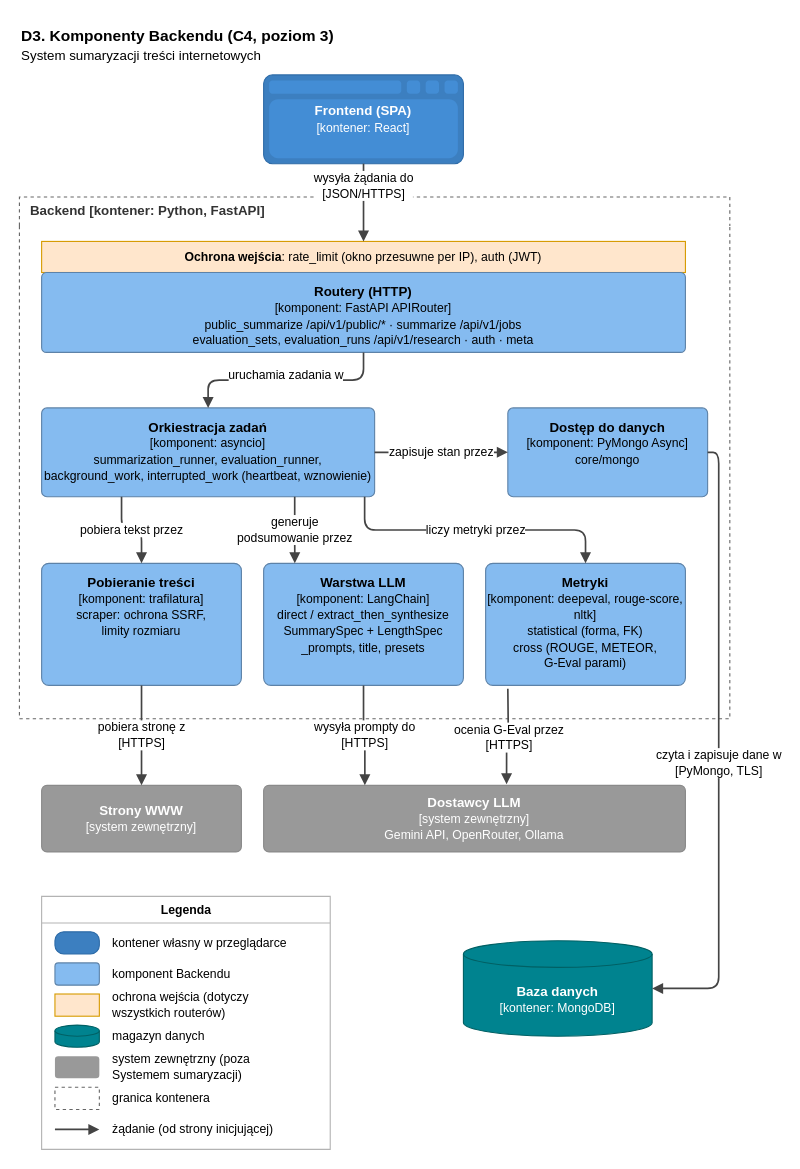
This is docs/diagrams/d3-komponenty.drawio from pkonkol/inzynierka-llm-summarizer, a draw.io file, before an edit. Source tidied: cells renumbered, new cells numbered last; positions are measured from the earlier drawing's top-left corner, leaving out a move shared by most shapes. Both pictures are drawn from the tidied source at 111%, with x=0, y=0 at pixel (19, 19).
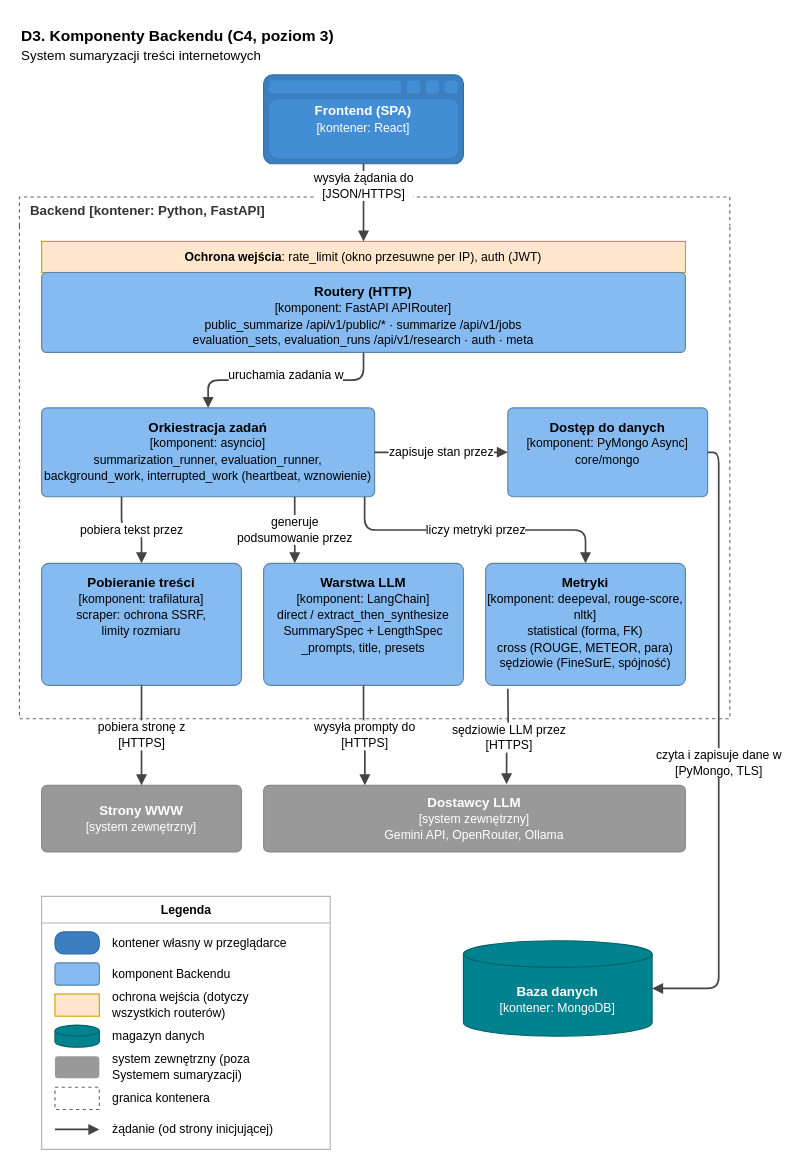
The same diagram, later.

The change refers to these unchanged cells:
```xml
<mxCell id="3" value="Backend [kontener: Python, FastAPI]" style="swimlane;startSize=26;html=1;fontSize=12;fontStyle=1;dashed=1;fillColor=none;strokeColor=#666666;fontColor=#333333;swimlaneLine=0;align=left;spacingLeft=8;" parent="1" vertex="1">
  <mxGeometry y="160" width="640" height="470" as="geometry" />
</mxCell>
<mxCell id="18" value="&lt;b&gt;Dostawcy LLM&lt;/b&gt;&lt;br&gt;&lt;font style=&quot;font-size:11px&quot;&gt;[system zewnętrzny]&lt;br&gt;Gemini API, OpenRouter, Ollama&lt;/font&gt;" style="rounded=1;arcSize=8;whiteSpace=wrap;html=1;fillColor=#999999;strokeColor=#8A8A8A;fontColor=#FFFFFF;fontSize=12;" parent="1" vertex="1">
  <mxGeometry x="220" y="690" width="380" height="60" as="geometry" />
</mxCell>
```

Change to the diagram source:
```diff
@@
-    <mxCell id="10" value="&lt;b&gt;Metryki&lt;/b&gt;&lt;br&gt;&lt;font style=&quot;font-size:11px&quot;&gt;[komponent: deepeval, rouge-score, nltk]&lt;br&gt;statistical (forma, FK)&lt;br&gt;cross (ROUGE, METEOR,&lt;br&gt;G-Eval parami)&lt;/font&gt;" style="rounded=1;arcSize=6;whiteSpace=wrap;html=1;fillColor=#85BBF0;strokeColor=#5D82A8;fontColor=#000000;fontSize=12;verticalAlign=top;spacingTop=4;" parent="3" vertex="1">
+    <mxCell id="10" value="&lt;b&gt;Metryki&lt;/b&gt;&lt;br&gt;&lt;font style=&quot;font-size:11px&quot;&gt;[komponent: deepeval, rouge-score, nltk]&lt;br&gt;statistical (forma, FK)&lt;br&gt;cross (ROUGE, METEOR, para)&lt;br&gt;sędziowie (FineSurE, spójność)&lt;/font&gt;" style="rounded=1;arcSize=6;whiteSpace=wrap;html=1;fillColor=#85BBF0;strokeColor=#5D82A8;fontColor=#000000;fontSize=12;verticalAlign=top;spacingTop=4;" parent="3" vertex="1">
       <mxGeometry x="420" y="330" width="180" height="110" as="geometry" />
     </mxCell>
@@
-    <mxCell id="23" value="ocenia G-Eval przez&lt;br&gt;[HTTPS]" style="edgeStyle=orthogonalEdgeStyle;rounded=1;curved=0;html=1;endArrow=block;endFill=1;strokeWidth=1.5;labelBackgroundColor=#FFFFFF;fontSize=11;entryX=0.576;entryY=-0.017;entryDx=0;entryDy=0;strokeColor=#444444;entryPerimeter=0;" parent="1" edge="1" target="18">
+    <mxCell id="23" value="sędziowie LLM przez&lt;br&gt;[HTTPS]" style="edgeStyle=orthogonalEdgeStyle;rounded=1;curved=0;html=1;endArrow=block;endFill=1;strokeWidth=1.5;labelBackgroundColor=#FFFFFF;fontSize=11;entryX=0.576;entryY=-0.017;entryDx=0;entryDy=0;strokeColor=#444444;entryPerimeter=0;" parent="1" edge="1" target="18">
       <mxGeometry x="0.01" relative="1" as="geometry">
         <mxPoint x="440" y="603" as="sourcePoint" />
       </mxGeometry>
     </mxCell>
```
